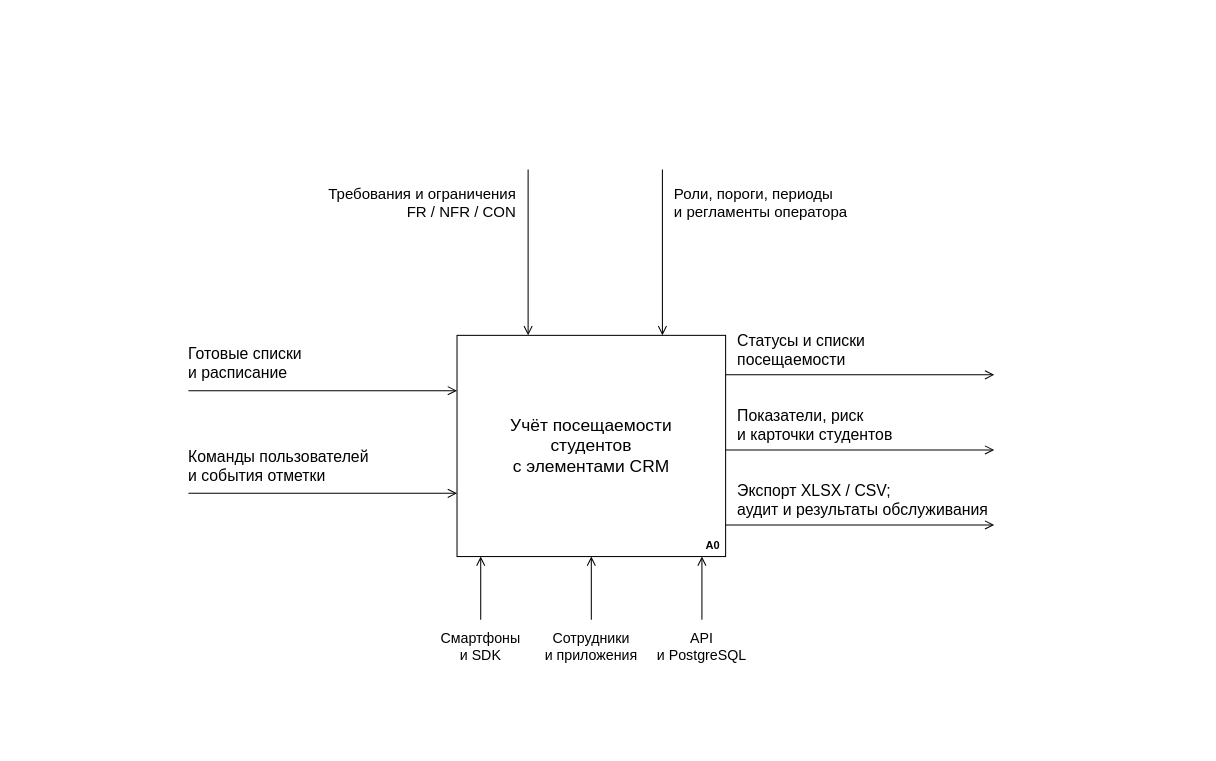
This is docs/diagrams/technical-project/01-context.drawio from idkwhyiamsogood/attendify, a draw.io file, before an edit. Source tidied: cells renumbered, new cells numbered last; positions are measured from the earlier drawing's top-left corner, leaving out a move shared by most shapes. Both pictures are drawn from the tidied source at 79%, with x=0, y=0 at pixel (188, 169).
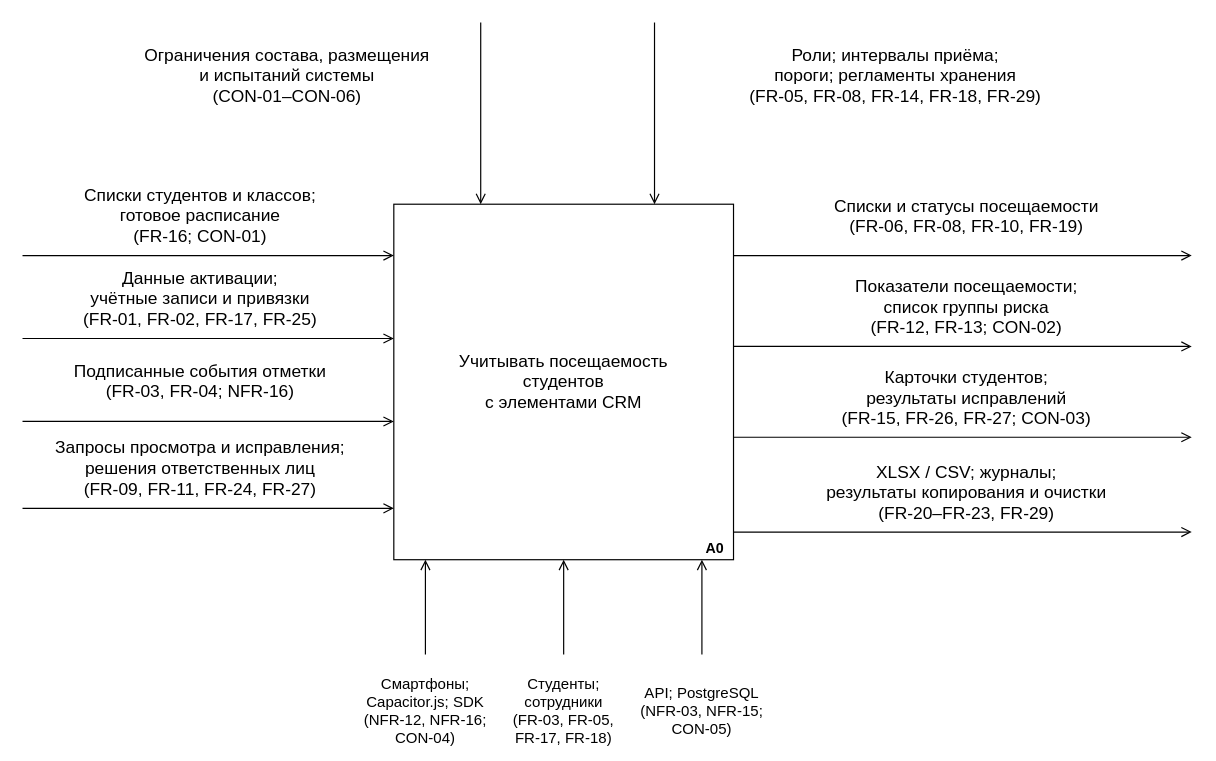
After the change.

What changed in the source:
```diff
@@
-    <mxCell id="2" value="Учёт посещаемости&#10;студентов&#10;с элементами CRM" style="whiteSpace=wrap;html=0;fontFamily=Arial;fontSize=22;fontColor=#000000;strokeColor=#000000;fillColor=#ffffff;strokeWidth=1.3;spacing=5;" parent="1" vertex="1">
-      <mxGeometry x="340" y="210" width="340" height="280" as="geometry" />
-    </mxCell>
+    <mxCell id="24" value="Учитывать посещаемость&#10;студентов&#10;с элементами CRM" style="whiteSpace=wrap;html=0;fontFamily=Arial;fontSize=22;fontColor=#000000;strokeColor=#000000;fillColor=#ffffff;strokeWidth=1.5;spacing=10;" parent="1" vertex="1">
+      <mxGeometry x="260" y="44" width="430" height="450" as="geometry" />
+    </mxCell>
-    <mxCell id="3" value="A0" style="whiteSpace=wrap;html=0;fontFamily=Arial;fontSize=14;fontColor=#000000;strokeColor=#000000;fillColor=#ffffff;strokeWidth=1.3;spacing=5;text;strokeColor=none;fillColor=none;align=right;verticalAlign=middle;spacing=0;fontStyle=1;" parent="1" vertex="1">
-      <mxGeometry x="635" y="466" width="38" height="19" as="geometry" />
+    <mxCell id="3" value="A0" style="text;html=0;align=right;verticalAlign=middle;fontFamily=Arial;fontSize=18;fontStyle=1;strokeColor=none;fillColor=none;fontColor=#000000;" parent="1" vertex="1">
+      <mxGeometry x="635" y="466" width="45" height="23" as="geometry" />
     </mxCell>
-    <mxCell id="4" value="Готовые списки&#10;и расписание" style="whiteSpace=wrap;html=0;fontFamily=Arial;fontSize=20;fontColor=#000000;strokeColor=#000000;fillColor=#ffffff;strokeWidth=1.3;spacing=5;text;strokeColor=none;fillColor=none;align=left;verticalAlign=middle;spacing=0;" parent="1" vertex="1">
-      <mxGeometry y="217" width="310" height="55" as="geometry" />
-    </mxCell>
-    <mxCell id="5" style="html=0;fontFamily=Arial;fontSize=16;strokeColor=#000000;strokeWidth=1.3;fontColor=#000000;endArrow=open;endSize=9;startArrow=none;rounded=0;noEdgeStyle=1;labelBackgroundColor=#ffffff;" parent="1" edge="1">
-      <mxGeometry relative="1" as="geometry">
-        <mxPoint y="280" as="sourcePoint" />
-        <mxPoint x="340" y="280" as="targetPoint" />
-      </mxGeometry>
-    </mxCell>
-    <mxCell id="6" value="Команды пользователей&#10;и события отметки" style="whiteSpace=wrap;html=0;fontFamily=Arial;fontSize=20;fontColor=#000000;strokeColor=#000000;fillColor=#ffffff;strokeWidth=1.3;spacing=5;text;strokeColor=none;fillColor=none;align=left;verticalAlign=middle;spacing=0;" parent="1" vertex="1">
-      <mxGeometry y="347" width="310" height="55" as="geometry" />
-    </mxCell>
-    <mxCell id="7" style="html=0;fontFamily=Arial;fontSize=16;strokeColor=#000000;strokeWidth=1.3;fontColor=#000000;endArrow=open;endSize=9;startArrow=none;rounded=0;noEdgeStyle=1;labelBackgroundColor=#ffffff;" parent="1" edge="1">
-      <mxGeometry relative="1" as="geometry">
-        <mxPoint y="410" as="sourcePoint" />
-        <mxPoint x="340" y="410" as="targetPoint" />
-      </mxGeometry>
-    </mxCell>
-    <mxCell id="8" style="html=0;fontFamily=Arial;fontSize=16;strokeColor=#000000;strokeWidth=1.3;fontColor=#000000;endArrow=open;endSize=9;startArrow=none;rounded=0;noEdgeStyle=1;labelBackgroundColor=#ffffff;" parent="1" edge="1">
-      <mxGeometry relative="1" as="geometry">
-        <mxPoint x="680" y="260" as="sourcePoint" />
-        <mxPoint x="1020" y="260" as="targetPoint" />
-      </mxGeometry>
-    </mxCell>
-    <mxCell id="9" value="Статусы и списки&#10;посещаемости" style="whiteSpace=wrap;html=0;fontFamily=Arial;fontSize=20;fontColor=#000000;strokeColor=#000000;fillColor=#ffffff;strokeWidth=1.3;spacing=5;text;strokeColor=none;fillColor=none;align=left;verticalAlign=middle;spacing=0;" parent="1" vertex="1">
-      <mxGeometry x="695" y="200" width="325" height="55" as="geometry" />
-    </mxCell>
-    <mxCell id="10" style="html=0;fontFamily=Arial;fontSize=16;strokeColor=#000000;strokeWidth=1.3;fontColor=#000000;endArrow=open;endSize=9;startArrow=none;rounded=0;noEdgeStyle=1;labelBackgroundColor=#ffffff;" parent="1" edge="1">
-      <mxGeometry relative="1" as="geometry">
-        <mxPoint x="680" y="355" as="sourcePoint" />
-        <mxPoint x="1020" y="355" as="targetPoint" />
-      </mxGeometry>
-    </mxCell>
-    <mxCell id="11" value="Показатели, риск&#10;и карточки студентов" style="whiteSpace=wrap;html=0;fontFamily=Arial;fontSize=20;fontColor=#000000;strokeColor=#000000;fillColor=#ffffff;strokeWidth=1.3;spacing=5;text;strokeColor=none;fillColor=none;align=left;verticalAlign=middle;spacing=0;" parent="1" vertex="1">
-      <mxGeometry x="695" y="295" width="325" height="55" as="geometry" />
-    </mxCell>
-    <mxCell id="12" style="html=0;fontFamily=Arial;fontSize=16;strokeColor=#000000;strokeWidth=1.3;fontColor=#000000;endArrow=open;endSize=9;startArrow=none;rounded=0;noEdgeStyle=1;labelBackgroundColor=#ffffff;" parent="1" edge="1">
-      <mxGeometry relative="1" as="geometry">
-        <mxPoint x="680" y="450" as="sourcePoint" />
-        <mxPoint x="1020" y="450" as="targetPoint" />
-      </mxGeometry>
-    </mxCell>
-    <mxCell id="13" value="Экспорт XLSX / CSV;&#10;аудит и результаты обслуживания" style="whiteSpace=wrap;html=0;fontFamily=Arial;fontSize=20;fontColor=#000000;strokeColor=#000000;fillColor=#ffffff;strokeWidth=1.3;spacing=5;text;strokeColor=none;fillColor=none;align=left;verticalAlign=middle;spacing=0;" parent="1" vertex="1">
-      <mxGeometry x="695" y="390" width="325" height="55" as="geometry" />
-    </mxCell>
-    <mxCell id="14" style="html=0;fontFamily=Arial;fontSize=16;strokeColor=#000000;strokeWidth=1.3;fontColor=#000000;endArrow=open;endSize=9;startArrow=none;rounded=0;noEdgeStyle=1;labelBackgroundColor=#ffffff;" parent="1" edge="1">
-      <mxGeometry relative="1" as="geometry">
-        <mxPoint x="430" as="sourcePoint" />
-        <mxPoint x="430" y="210" as="targetPoint" />
-      </mxGeometry>
-    </mxCell>
-    <mxCell id="15" value="Требования и ограничения&#10;FR / NFR / CON" style="whiteSpace=wrap;html=0;fontFamily=Arial;fontSize=19;fontColor=#000000;strokeColor=#000000;fillColor=#ffffff;strokeWidth=1.3;spacing=5;text;strokeColor=none;fillColor=none;align=right;verticalAlign=middle;spacing=0;" parent="1" vertex="1">
-      <mxGeometry x="170" y="5" width="245" height="75" as="geometry" />
-    </mxCell>
-    <mxCell id="16" style="html=0;fontFamily=Arial;fontSize=16;strokeColor=#000000;strokeWidth=1.3;fontColor=#000000;endArrow=open;endSize=9;startArrow=none;rounded=0;noEdgeStyle=1;labelBackgroundColor=#ffffff;" parent="1" edge="1">
-      <mxGeometry relative="1" as="geometry">
-        <mxPoint x="600" as="sourcePoint" />
-        <mxPoint x="600" y="210" as="targetPoint" />
-      </mxGeometry>
-    </mxCell>
-    <mxCell id="17" value="Роли, пороги, периоды&#10;и регламенты оператора" style="whiteSpace=wrap;html=0;fontFamily=Arial;fontSize=19;fontColor=#000000;strokeColor=#000000;fillColor=#ffffff;strokeWidth=1.3;spacing=5;text;strokeColor=none;fillColor=none;align=left;verticalAlign=middle;spacing=0;" parent="1" vertex="1">
-      <mxGeometry x="615" y="5" width="370" height="75" as="geometry" />
-    </mxCell>
-    <mxCell id="18" style="html=0;fontFamily=Arial;fontSize=16;strokeColor=#000000;strokeWidth=1.3;fontColor=#000000;endArrow=open;endSize=9;startArrow=none;rounded=0;noEdgeStyle=1;labelBackgroundColor=#ffffff;" parent="1" edge="1">
-      <mxGeometry relative="1" as="geometry">
-        <mxPoint x="370" y="570" as="sourcePoint" />
-        <mxPoint x="370" y="490" as="targetPoint" />
-      </mxGeometry>
-    </mxCell>
-    <mxCell id="19" value="Смартфоны&#10;и SDK" style="whiteSpace=wrap;html=0;fontFamily=Arial;fontSize=18;fontColor=#000000;strokeColor=#000000;fillColor=#ffffff;strokeWidth=1.3;spacing=5;text;strokeColor=none;fillColor=none;align=center;verticalAlign=middle;spacing=0;" parent="1" vertex="1">
-      <mxGeometry x="295" y="575" width="150" height="60" as="geometry" />
-    </mxCell>
-    <mxCell id="20" style="html=0;fontFamily=Arial;fontSize=16;strokeColor=#000000;strokeWidth=1.3;fontColor=#000000;endArrow=open;endSize=9;startArrow=none;rounded=0;noEdgeStyle=1;labelBackgroundColor=#ffffff;" parent="1" edge="1">
-      <mxGeometry relative="1" as="geometry">
-        <mxPoint x="510" y="570" as="sourcePoint" />
-        <mxPoint x="510" y="490" as="targetPoint" />
-      </mxGeometry>
-    </mxCell>
-    <mxCell id="21" value="Сотрудники&#10;и приложения" style="whiteSpace=wrap;html=0;fontFamily=Arial;fontSize=18;fontColor=#000000;strokeColor=#000000;fillColor=#ffffff;strokeWidth=1.3;spacing=5;text;strokeColor=none;fillColor=none;align=center;verticalAlign=middle;spacing=0;" parent="1" vertex="1">
-      <mxGeometry x="435" y="575" width="150" height="60" as="geometry" />
-    </mxCell>
-    <mxCell id="22" style="html=0;fontFamily=Arial;fontSize=16;strokeColor=#000000;strokeWidth=1.3;fontColor=#000000;endArrow=open;endSize=9;startArrow=none;rounded=0;noEdgeStyle=1;labelBackgroundColor=#ffffff;" parent="1" edge="1">
-      <mxGeometry relative="1" as="geometry">
-        <mxPoint x="650" y="570" as="sourcePoint" />
-        <mxPoint x="650" y="490" as="targetPoint" />
-      </mxGeometry>
-    </mxCell>
-    <mxCell id="23" value="API&#10;и PostgreSQL" style="whiteSpace=wrap;html=0;fontFamily=Arial;fontSize=18;fontColor=#000000;strokeColor=#000000;fillColor=#ffffff;strokeWidth=1.3;spacing=5;text;strokeColor=none;fillColor=none;align=center;verticalAlign=middle;spacing=0;" parent="1" vertex="1">
-      <mxGeometry x="575" y="575" width="150" height="60" as="geometry" />
-    </mxCell>
+    <mxCell id="25" value="Списки студентов и классов;&#10;готовое расписание&#10;(FR-16; CON-01)" style="html=0;fontFamily=Arial;fontSize=22;fontColor=#000000;strokeColor=#000000;strokeWidth=1.5;endArrow=open;endSize=10;startArrow=none;rounded=0;noEdgeStyle=1;labelBackgroundColor=#ffffff;labelWidth=435;align=center;verticalAlign=middle;spacing=2;" parent="1" edge="1">
+      <mxGeometry relative="1" as="geometry">
+        <mxPoint x="-210" y="109" as="sourcePoint" />
+        <mxPoint x="260" y="109" as="targetPoint" />
+        <mxPoint x="-10" y="-53" as="offset" />
+      </mxGeometry>
+    </mxCell>
+    <mxCell id="26" value="Данные активации;&#10;учётные записи и привязки&#10;(FR-01, FR-02, FR-17, FR-25)" style="html=0;fontFamily=Arial;fontSize=22;fontColor=#000000;strokeColor=#000000;strokeWidth=1.5;endArrow=open;endSize=10;startArrow=none;rounded=0;noEdgeStyle=1;labelBackgroundColor=#ffffff;labelWidth=435;align=center;verticalAlign=middle;spacing=2;" parent="1" edge="1">
+      <mxGeometry relative="1" as="geometry">
+        <mxPoint x="-210" y="214" as="sourcePoint" />
+        <mxPoint x="260" y="214" as="targetPoint" />
+        <mxPoint x="-10" y="-53" as="offset" />
+      </mxGeometry>
+    </mxCell>
+    <mxCell id="27" value="Подписанные события отметки&#10;(FR-03, FR-04; NFR-16)" style="html=0;fontFamily=Arial;fontSize=22;fontColor=#000000;strokeColor=#000000;strokeWidth=1.5;endArrow=open;endSize=10;startArrow=none;rounded=0;noEdgeStyle=1;labelBackgroundColor=#ffffff;labelWidth=435;align=center;verticalAlign=middle;spacing=2;" parent="1" edge="1">
+      <mxGeometry relative="1" as="geometry">
+        <mxPoint x="-210" y="319" as="sourcePoint" />
+        <mxPoint x="260" y="319" as="targetPoint" />
+        <mxPoint x="-10" y="-53" as="offset" />
+      </mxGeometry>
+    </mxCell>
+    <mxCell id="28" value="Запросы просмотра и исправления;&#10;решения ответственных лиц&#10;(FR-09, FR-11, FR-24, FR-27)" style="html=0;fontFamily=Arial;fontSize=22;fontColor=#000000;strokeColor=#000000;strokeWidth=1.5;endArrow=open;endSize=10;startArrow=none;rounded=0;noEdgeStyle=1;labelBackgroundColor=#ffffff;labelWidth=435;align=center;verticalAlign=middle;spacing=2;" parent="1" edge="1">
+      <mxGeometry relative="1" as="geometry">
+        <mxPoint x="-210" y="429" as="sourcePoint" />
+        <mxPoint x="260" y="429" as="targetPoint" />
+        <mxPoint x="-10" y="-53" as="offset" />
+      </mxGeometry>
+    </mxCell>
+    <mxCell id="29" value="Списки и статусы посещаемости&#10;(FR-06, FR-08, FR-10, FR-19)" style="html=0;fontFamily=Arial;fontSize=22;fontColor=#000000;strokeColor=#000000;strokeWidth=1.5;endArrow=open;endSize=10;startArrow=none;rounded=0;noEdgeStyle=1;labelBackgroundColor=#ffffff;labelWidth=550;align=center;verticalAlign=middle;spacing=2;" parent="1" edge="1">
+      <mxGeometry relative="1" as="geometry">
+        <mxPoint x="690" y="109" as="sourcePoint" />
+        <mxPoint x="1270" y="109" as="targetPoint" />
+        <mxPoint x="5" y="-52" as="offset" />
+      </mxGeometry>
+    </mxCell>
+    <mxCell id="30" value="Показатели посещаемости;&#10;список группы риска&#10;(FR-12, FR-13; CON-02)" style="html=0;fontFamily=Arial;fontSize=22;fontColor=#000000;strokeColor=#000000;strokeWidth=1.5;endArrow=open;endSize=10;startArrow=none;rounded=0;noEdgeStyle=1;labelBackgroundColor=#ffffff;labelWidth=550;align=center;verticalAlign=middle;spacing=2;" parent="1" edge="1">
+      <mxGeometry relative="1" as="geometry">
+        <mxPoint x="690" y="224" as="sourcePoint" />
+        <mxPoint x="1270" y="224" as="targetPoint" />
+        <mxPoint x="5" y="-52" as="offset" />
+      </mxGeometry>
+    </mxCell>
+    <mxCell id="31" value="Карточки студентов;&#10;результаты исправлений&#10;(FR-15, FR-26, FR-27; CON-03)" style="html=0;fontFamily=Arial;fontSize=22;fontColor=#000000;strokeColor=#000000;strokeWidth=1.5;endArrow=open;endSize=10;startArrow=none;rounded=0;noEdgeStyle=1;labelBackgroundColor=#ffffff;labelWidth=550;align=center;verticalAlign=middle;spacing=2;" parent="1" edge="1">
+      <mxGeometry relative="1" as="geometry">
+        <mxPoint x="690" y="339" as="sourcePoint" />
+        <mxPoint x="1270" y="339" as="targetPoint" />
+        <mxPoint x="5" y="-52" as="offset" />
+      </mxGeometry>
+    </mxCell>
+    <mxCell id="32" value="XLSX / CSV; журналы;&#10;результаты копирования и очистки&#10;(FR-20–FR-23, FR-29)" style="html=0;fontFamily=Arial;fontSize=22;fontColor=#000000;strokeColor=#000000;strokeWidth=1.5;endArrow=open;endSize=10;startArrow=none;rounded=0;noEdgeStyle=1;labelBackgroundColor=#ffffff;labelWidth=550;align=center;verticalAlign=middle;spacing=2;" parent="1" edge="1">
+      <mxGeometry relative="1" as="geometry">
+        <mxPoint x="690" y="459" as="sourcePoint" />
+        <mxPoint x="1270" y="459" as="targetPoint" />
+        <mxPoint x="5" y="-52" as="offset" />
+      </mxGeometry>
+    </mxCell>
+    <mxCell id="33" value="Ограничения состава, размещения&#10;и испытаний системы&#10;(CON-01–CON-06)" style="html=0;fontFamily=Arial;fontSize=22;fontColor=#000000;strokeColor=#000000;strokeWidth=1.5;endArrow=open;endSize=10;startArrow=none;rounded=0;noEdgeStyle=1;labelBackgroundColor=#ffffff;labelWidth=420;align=center;verticalAlign=middle;spacing=2;" parent="1" edge="1">
+      <mxGeometry relative="1" as="geometry">
+        <mxPoint x="370" y="-186" as="sourcePoint" />
+        <mxPoint x="370" y="44" as="targetPoint" />
+        <mxPoint x="-245" y="-50" as="offset" />
+      </mxGeometry>
+    </mxCell>
+    <mxCell id="34" value="Роли; интервалы приёма;&#10;пороги; регламенты хранения&#10;(FR-05, FR-08, FR-14, FR-18, FR-29)" style="html=0;fontFamily=Arial;fontSize=22;fontColor=#000000;strokeColor=#000000;strokeWidth=1.5;endArrow=open;endSize=10;startArrow=none;rounded=0;noEdgeStyle=1;labelBackgroundColor=#ffffff;labelWidth=550;align=center;verticalAlign=middle;spacing=2;" parent="1" edge="1">
+      <mxGeometry relative="1" as="geometry">
+        <mxPoint x="590" y="-186" as="sourcePoint" />
+        <mxPoint x="590" y="44" as="targetPoint" />
+        <mxPoint x="305" y="-50" as="offset" />
+      </mxGeometry>
+    </mxCell>
+    <mxCell id="35" value="Смартфоны;&#10;Capacitor.js; SDK&#10;(NFR-12, NFR-16;&#10;CON-04)" style="html=0;fontFamily=Arial;fontSize=19;fontColor=#000000;strokeColor=#000000;strokeWidth=1.5;endArrow=open;endSize=10;startArrow=none;rounded=0;noEdgeStyle=1;labelBackgroundColor=#ffffff;labelWidth=172;align=center;verticalAlign=middle;spacing=2;" parent="1" edge="1">
+      <mxGeometry relative="1" as="geometry">
+        <mxPoint x="300" y="614" as="sourcePoint" />
+        <mxPoint x="300" y="494" as="targetPoint" />
+        <mxPoint y="130" as="offset" />
+      </mxGeometry>
+    </mxCell>
+    <mxCell id="36" value="Студенты;&#10;сотрудники&#10;(FR-03, FR-05,&#10;FR-17, FR-18)" style="html=0;fontFamily=Arial;fontSize=19;fontColor=#000000;strokeColor=#000000;strokeWidth=1.5;endArrow=open;endSize=10;startArrow=none;rounded=0;noEdgeStyle=1;labelBackgroundColor=#ffffff;labelWidth=172;align=center;verticalAlign=middle;spacing=2;" parent="1" edge="1">
+      <mxGeometry relative="1" as="geometry">
+        <mxPoint x="475" y="614" as="sourcePoint" />
+        <mxPoint x="475" y="494" as="targetPoint" />
+        <mxPoint y="130" as="offset" />
+      </mxGeometry>
+    </mxCell>
+    <mxCell id="37" value="API; PostgreSQL&#10;(NFR-03, NFR-15;&#10;CON-05)" style="html=0;fontFamily=Arial;fontSize=19;fontColor=#000000;strokeColor=#000000;strokeWidth=1.5;endArrow=open;endSize=10;startArrow=none;rounded=0;noEdgeStyle=1;labelBackgroundColor=#ffffff;labelWidth=172;align=center;verticalAlign=middle;spacing=2;" parent="1" edge="1">
+      <mxGeometry relative="1" as="geometry">
+        <mxPoint x="650" y="614" as="sourcePoint" />
+        <mxPoint x="650" y="494" as="targetPoint" />
+        <mxPoint y="130" as="offset" />
+      </mxGeometry>
+    </mxCell>
```
